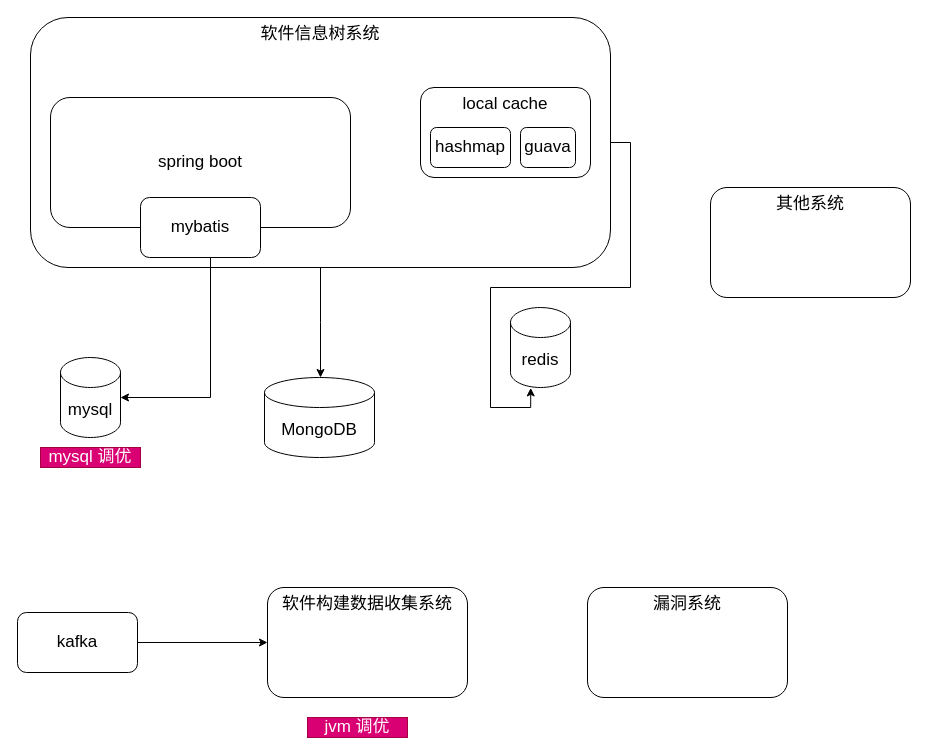
This is draw notes/projects.drawio from TrumanXia/learn, a draw.io file, before an edit. Source tidied: cells renumbered, new cells numbered last; positions are measured from the earlier drawing's top-left corner, leaving out a move shared by most shapes. Both pictures are drawn from the tidied source at 100%, with x=0, y=0 at pixel (17, 17).
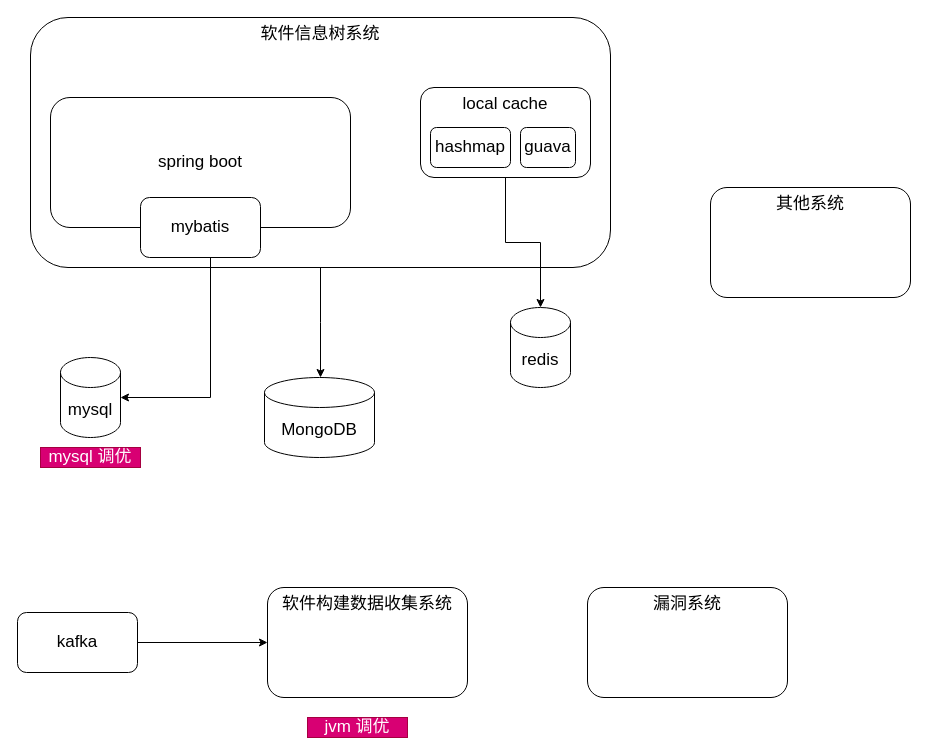
The same page after the edit.

The change refers to these unchanged cells:
```xml
<mxCell id="4" value="软件信息树系统" style="rounded=1;whiteSpace=wrap;html=1;verticalAlign=top;fontSize=17;" parent="1" vertex="1">
  <mxGeometry x="13" width="580" height="250" as="geometry" />
</mxCell>
<mxCell id="6" value="local cache" style="rounded=1;whiteSpace=wrap;html=1;fontSize=17;verticalAlign=top;" parent="1" vertex="1">
  <mxGeometry x="403" y="70" width="170" height="90" as="geometry" />
</mxCell>
<mxCell id="13" value="redis" style="shape=cylinder3;whiteSpace=wrap;html=1;boundedLbl=1;backgroundOutline=1;size=15;rounded=1;fontSize=17;" parent="1" vertex="1">
  <mxGeometry x="493" y="290" width="60" height="80" as="geometry" />
</mxCell>
```

Diff of the diagram source:
```diff
@@
-    <mxCell id="2" style="edgeStyle=orthogonalEdgeStyle;rounded=0;jettySize=auto;html=1;exitX=1;exitY=0.5;exitDx=0;exitDy=0;entryX=0.337;entryY=1.005;entryDx=0;entryDy=0;entryPerimeter=0;fontSize=17;" parent="1" edge="1" source="4" target="13">
-      <mxGeometry relative="1" as="geometry" />
-    </mxCell>
@@
+    <mxCell id="21" style="edgeStyle=orthogonalEdgeStyle;rounded=0;jettySize=auto;html=1;entryX=0.5;entryY=0;entryDx=0;entryDy=0;entryPerimeter=0;fontSize=17;" parent="1" edge="1" source="6" target="13">
+      <mxGeometry relative="1" as="geometry" />
+    </mxCell>
```
